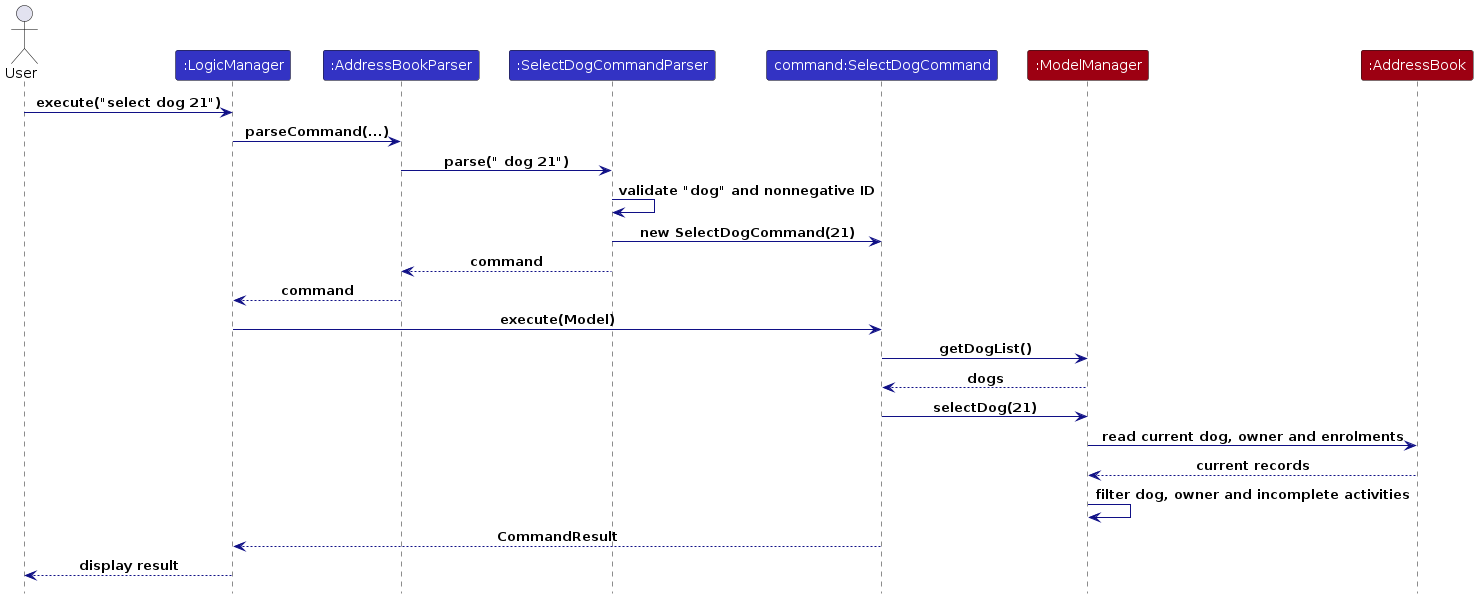
This is diagrams/SelectDogSequenceDiagram.png from AY2627S1-CS2103T-T15-4/tp, a PlantUML export, as it was before one commit. Its source is kept beside it as diagrams/SelectDogSequenceDiagram.puml.
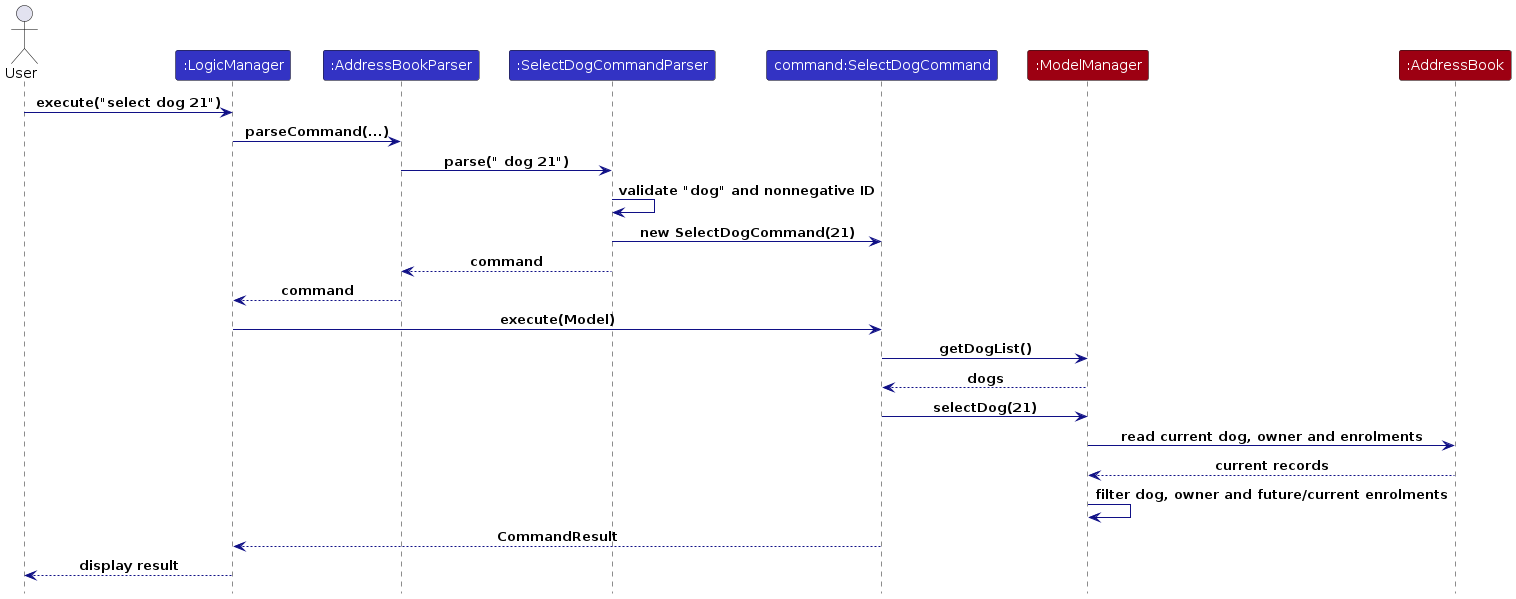
Later version of the same file.

The edit, as a diff of the source:
```diff
@@ -23,7 +23,7 @@
 Command -> Model : selectDog(21)
 Model -> Book : read current dog, owner and enrolments
 Book --> Model : current records
-Model -> Model : filter dog, owner and incomplete activities
+Model -> Model : filter dog, owner and future/current enrolments
 Command --> Logic : CommandResult
 Logic --> User : display result
 @enduml
```
